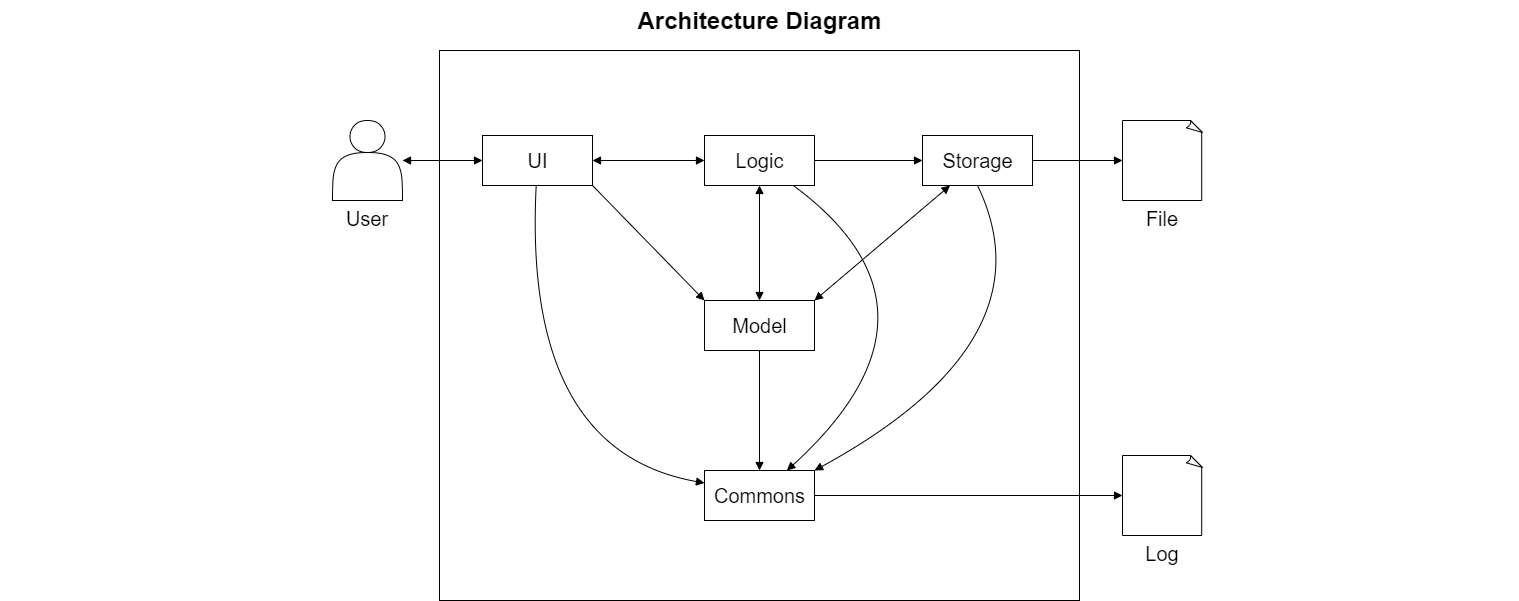
This is docs/images/ArchitectureDiagram.png from nus-cs2113-AY1920S2/tp, a draw.io export, as it was before one commit. Source tidied: cells renumbered, new cells last; positions are measured from the earlier drawing's top-left corner, leaving out a move shared by most shapes. Source of this version:
```xml
<mxGraphModel>
  <root>
    <mxCell id="0" style="html=1;" />
    <mxCell id="1" style="html=1;" parent="0" />
    <mxCell id="2" value="Architecture Diagram" style="text;strokeColor=none;fillColor=none;html=1;fontSize=24;fontStyle=1;verticalAlign=middle;align=center;" parent="1" vertex="1">
      <mxGeometry width="1518" height="40" as="geometry" />
    </mxCell>
    <mxCell id="3" style="rounded=0;whiteSpace=wrap;html=1;" parent="1" vertex="1">
      <mxGeometry x="439" y="50" width="640" height="550" as="geometry" />
    </mxCell>
    <mxCell id="4" value="User" style="shape=actor;whiteSpace=wrap;html=1;horizontal=1;verticalAlign=top;fontSize=20;labelPosition=center;verticalLabelPosition=bottom;align=center;" parent="1" vertex="1">
      <mxGeometry x="332" y="120" width="70" height="80" as="geometry" />
    </mxCell>
    <mxCell id="5" style="endArrow=block;startArrow=block;endFill=1;startFill=1;html=1;entryX=0;entryY=0.5;entryDx=0;entryDy=0;" parent="1" edge="1" source="4" target="6">
      <mxGeometry relative="1" as="geometry" />
    </mxCell>
    <mxCell id="6" value="UI" style="html=1;fontSize=20;" parent="1" vertex="1">
      <mxGeometry x="482" y="135" width="110" height="50" as="geometry" />
    </mxCell>
    <mxCell id="7" style="endArrow=block;startArrow=block;endFill=1;startFill=1;html=1;entryX=0;entryY=0.5;entryDx=0;entryDy=0;" parent="1" edge="1" source="6" target="11">
      <mxGeometry relative="1" as="geometry" />
    </mxCell>
    <mxCell id="8" value="Commons" style="html=1;fontSize=20;" parent="1" vertex="1">
      <mxGeometry x="704" y="470" width="110" height="50" as="geometry" />
    </mxCell>
    <mxCell id="9" value="Model" style="html=1;fontSize=20;" parent="1" vertex="1">
      <mxGeometry x="704" y="300" width="110" height="50" as="geometry" />
    </mxCell>
    <mxCell id="10" value="Storage" style="html=1;fontSize=20;" parent="1" vertex="1">
      <mxGeometry x="922" y="135" width="110" height="50" as="geometry" />
    </mxCell>
    <mxCell id="11" value="Logic" style="html=1;fontSize=20;" parent="1" vertex="1">
      <mxGeometry x="704" y="135" width="110" height="50" as="geometry" />
    </mxCell>
    <mxCell id="12" style="endArrow=block;startArrow=none;endFill=1;startFill=0;html=1;" parent="1" edge="1" source="11" target="10">
      <mxGeometry relative="1" as="geometry" />
    </mxCell>
    <mxCell id="13" style="endArrow=block;startArrow=block;endFill=1;startFill=1;html=1;exitX=0.5;exitY=1;exitDx=0;exitDy=0;" parent="1" edge="1" source="11" target="9">
      <mxGeometry relative="1" as="geometry" />
    </mxCell>
    <mxCell id="14" style="endArrow=block;startArrow=none;endFill=1;startFill=0;html=1;" parent="1" edge="1" source="9" target="8">
      <mxGeometry relative="1" as="geometry" />
    </mxCell>
    <mxCell id="15" style="endArrow=block;startArrow=none;endFill=1;startFill=0;html=1;curved=1;" parent="1" edge="1" source="11" target="8">
      <mxGeometry relative="1" as="geometry">
        <Array as="points">
          <mxPoint x="962" y="310" />
        </Array>
      </mxGeometry>
    </mxCell>
    <mxCell id="16" style="endArrow=block;startArrow=none;endFill=1;startFill=0;html=1;curved=1;entryX=0;entryY=0.25;entryDx=0;entryDy=0;" parent="1" edge="1" source="6" target="8">
      <mxGeometry relative="1" as="geometry">
        <Array as="points">
          <mxPoint x="522" y="450" />
        </Array>
      </mxGeometry>
    </mxCell>
    <mxCell id="17" value="File" style="whiteSpace=wrap;html=1;shape=mxgraph.basic.document;fontSize=20;verticalAlign=top;labelPosition=center;verticalLabelPosition=bottom;align=center;" parent="1" vertex="1">
      <mxGeometry x="1122" y="120" width="80" height="80" as="geometry" />
    </mxCell>
    <mxCell id="18" style="endArrow=block;startArrow=none;endFill=1;startFill=0;html=1;entryX=0;entryY=0.5;entryDx=0;entryDy=0;entryPerimeter=0;exitX=1;exitY=0.5;exitDx=0;exitDy=0;" parent="1" edge="1" source="10" target="17">
      <mxGeometry relative="1" as="geometry" />
    </mxCell>
    <mxCell id="19" style="endArrow=block;startArrow=none;endFill=1;startFill=0;html=1;exitX=1;exitY=0.5;exitDx=0;exitDy=0;" parent="1" edge="1" source="8" target="20">
      <mxGeometry relative="1" as="geometry" />
    </mxCell>
    <mxCell id="20" value="Log" style="whiteSpace=wrap;html=1;shape=mxgraph.basic.document;fontSize=20;verticalAlign=top;labelPosition=center;verticalLabelPosition=bottom;align=center;" parent="1" vertex="1">
      <mxGeometry x="1122" y="455" width="80" height="80" as="geometry" />
    </mxCell>
    <mxCell id="21" style="endArrow=block;startArrow=none;endFill=1;startFill=0;html=1;curved=1;exitX=0.5;exitY=1;exitDx=0;exitDy=0;entryX=1;entryY=0;entryDx=0;entryDy=0;" parent="1" edge="1" source="10" target="8">
      <mxGeometry relative="1" as="geometry">
        <Array as="points">
          <mxPoint x="1052" y="340" />
        </Array>
      </mxGeometry>
    </mxCell>
    <mxCell id="22" style="endArrow=block;startArrow=none;endFill=1;startFill=0;html=1;entryX=0;entryY=0;entryDx=0;entryDy=0;exitX=1;exitY=1;exitDx=0;exitDy=0;" parent="1" edge="1" source="6" target="9">
      <mxGeometry relative="1" as="geometry" />
    </mxCell>
    <mxCell id="23" style="endArrow=block;startArrow=block;endFill=1;startFill=1;html=1;exitX=1;exitY=0;exitDx=0;exitDy=0;entryX=0.25;entryY=1;entryDx=0;entryDy=0;" parent="1" edge="1" source="9" target="10">
      <mxGeometry relative="1" as="geometry" />
    </mxCell>
  </root>
</mxGraphModel>
```
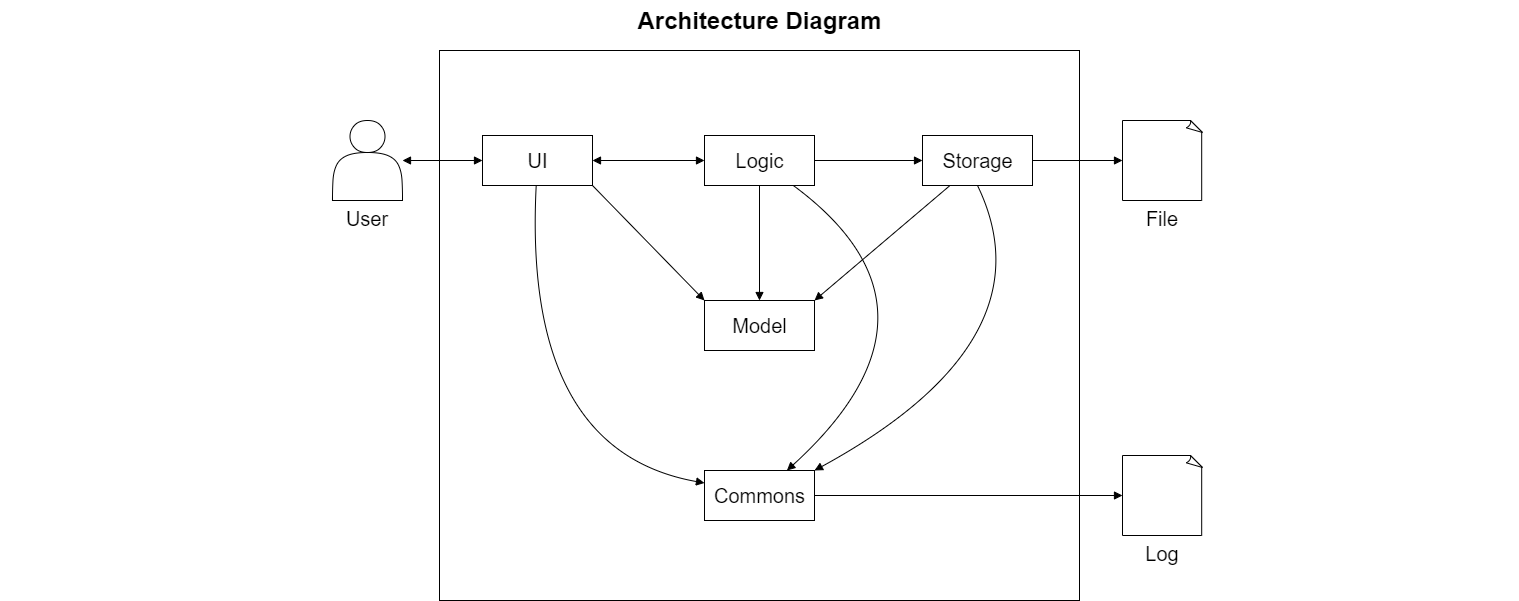
The same diagram one commit later.

What changed in the source:
```diff
@@ -35,12 +35,9 @@
     <mxCell id="12" style="endArrow=block;startArrow=none;endFill=1;startFill=0;html=1;" parent="1" edge="1" source="11" target="10">
       <mxGeometry relative="1" as="geometry" />
     </mxCell>
-    <mxCell id="13" style="endArrow=block;startArrow=block;endFill=1;startFill=1;html=1;exitX=0.5;exitY=1;exitDx=0;exitDy=0;" parent="1" edge="1" source="11" target="9">
+    <mxCell id="13" style="endArrow=block;startArrow=none;endFill=1;startFill=0;html=1;exitX=0.5;exitY=1;exitDx=0;exitDy=0;" parent="1" edge="1" source="11" target="9">
       <mxGeometry relative="1" as="geometry" />
     </mxCell>
-    <mxCell id="14" style="endArrow=block;startArrow=none;endFill=1;startFill=0;html=1;" parent="1" edge="1" source="9" target="8">
-      <mxGeometry relative="1" as="geometry" />
-    </mxCell>
     <mxCell id="15" style="endArrow=block;startArrow=none;endFill=1;startFill=0;html=1;curved=1;" parent="1" edge="1" source="11" target="8">
       <mxGeometry relative="1" as="geometry">
         <Array as="points">
@@ -77,7 +74,7 @@
     <mxCell id="22" style="endArrow=block;startArrow=none;endFill=1;startFill=0;html=1;entryX=0;entryY=0;entryDx=0;entryDy=0;exitX=1;exitY=1;exitDx=0;exitDy=0;" parent="1" edge="1" source="6" target="9">
       <mxGeometry relative="1" as="geometry" />
     </mxCell>
-    <mxCell id="23" style="endArrow=block;startArrow=block;endFill=1;startFill=1;html=1;exitX=1;exitY=0;exitDx=0;exitDy=0;entryX=0.25;entryY=1;entryDx=0;entryDy=0;" parent="1" edge="1" source="9" target="10">
+    <mxCell id="23" style="endArrow=none;startArrow=block;endFill=0;startFill=1;html=1;exitX=1;exitY=0;exitDx=0;exitDy=0;entryX=0.25;entryY=1;entryDx=0;entryDy=0;" parent="1" edge="1" source="9" target="10">
       <mxGeometry relative="1" as="geometry" />
     </mxCell>
   </root>
```
